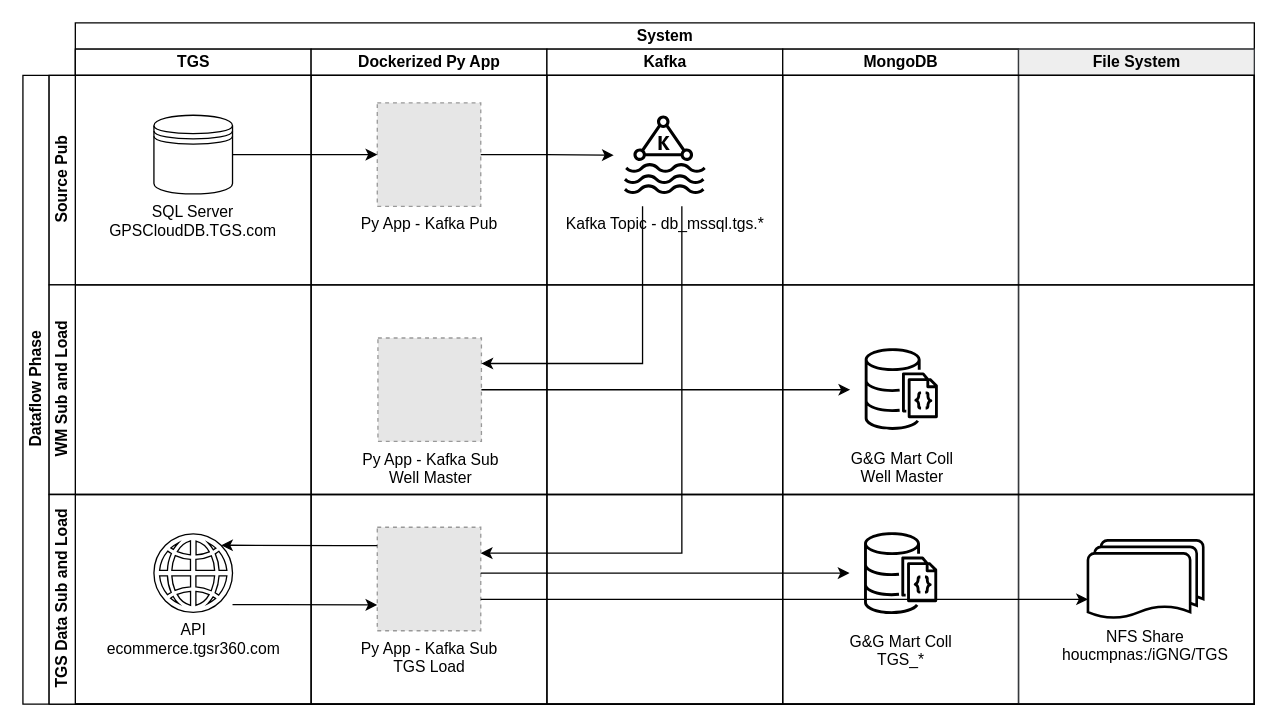
Before: page "Data_Loader-TGS" (3 of 3) of Data General Workflow.drawio in Y-Ge/draw-io, a draw.io diagram. Source tidied: cells renumbered, new cells numbered last; positions are measured from the earlier drawing's top-left corner, leaving out a move shared by most shapes. Both pictures are drawn from the tidied source at 131%, with x=0, y=0 at pixel (22, 22). Pictures stored in the file or linked from it are replaced by grey dashed boxes.
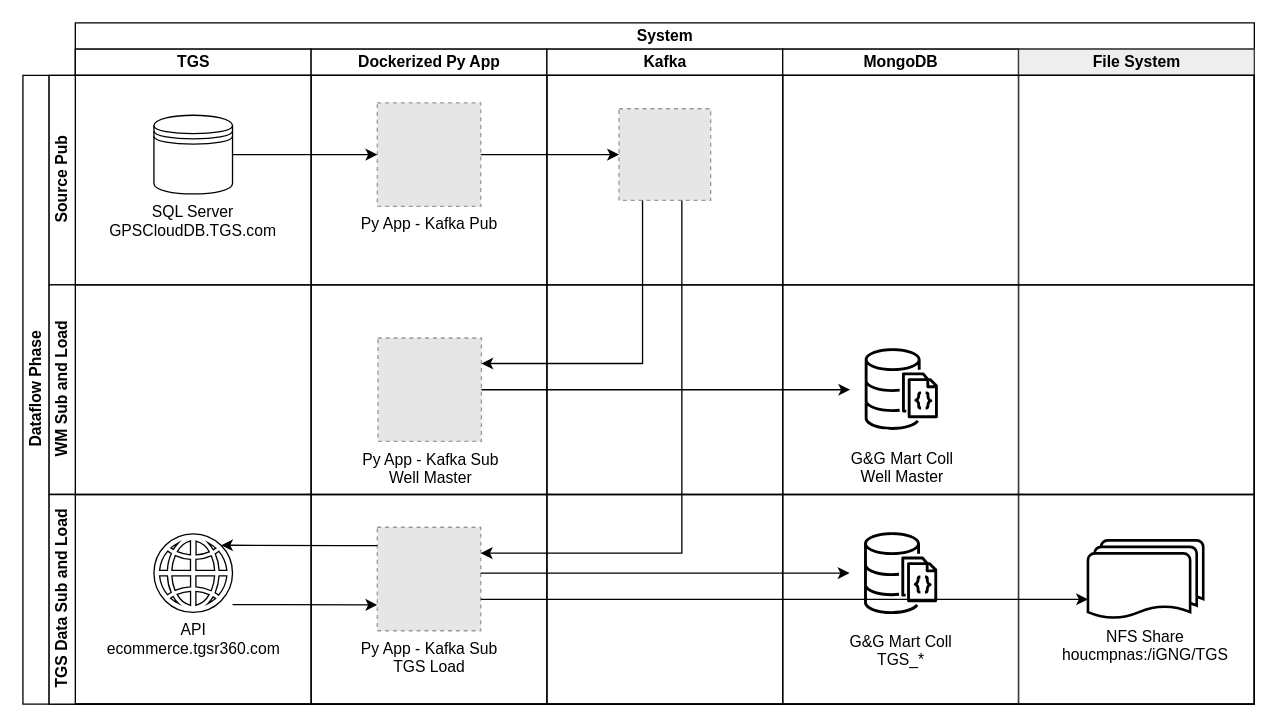
Above is the later version.

Unchanged cells that the change refers to:
```xml
<mxCell id="2" value="System" style="swimlane;html=1;startSize=20;" parent="1" vertex="1">
  <mxGeometry x="40" width="900" height="520" as="geometry" />
</mxCell>
<mxCell id="7" value="Py App - Kafka Pub" style="fillColor=#E6E6E6;strokeColor=#999999;dashed=1;html=1;verticalAlign=top;verticalLabelPosition=bottom;labelBackgroundColor=#ffffff;" parent="6" vertex="1">
  <mxGeometry x="50.5" y="41" width="79" height="79" as="geometry" />
</mxCell>
<mxCell id="8" value="Py App - Kafka Sub&lt;br&gt;Well Master&lt;br&gt;" style="fillColor=#E6E6E6;strokeColor=#999999;dashed=1;html=1;verticalAlign=top;verticalLabelPosition=bottom;labelBackgroundColor=#ffffff;" parent="6" vertex="1">
  <mxGeometry x="51" y="220.5" width="79" height="79" as="geometry" />
</mxCell>
<mxCell id="9" value="Py App - Kafka Sub&lt;br&gt;TGS Load&lt;br&gt;" style="fillColor=#E6E6E6;strokeColor=#999999;dashed=1;html=1;verticalAlign=top;verticalLabelPosition=bottom;labelBackgroundColor=#ffffff;" parent="6" vertex="1">
  <mxGeometry x="50.5" y="365" width="79" height="79" as="geometry" />
</mxCell>
<mxCell id="10" value="Kafka" style="swimlane;html=1;startSize=20;" parent="2" vertex="1">
  <mxGeometry x="360" y="20" width="180" height="500" as="geometry" />
</mxCell>
```

Change to the diagram source:
```diff
@@
-    <mxCell id="11" value="Kafka Topic - db_mssql.tgs.*" style="outlineConnect=0;gradientDirection=north;dashed=0;verticalLabelPosition=bottom;verticalAlign=top;align=center;html=1;fontSize=12;fontStyle=0;shape=mxgraph.aws4.resourceIcon;resIcon=mxgraph.aws4.managed_streaming_for_kafka;" parent="10" vertex="1">
-      <mxGeometry x="51" y="42" width="78" height="78" as="geometry" />
-    </mxCell>
+    <mxCell id="30" style="fillColor=#E6E6E6;strokeColor=#999999;dashed=1;verticalLabelPosition=bottom;labelBackgroundColor=#ffffff;verticalAlign=top;" parent="10" vertex="1">
+      <mxGeometry x="55" y="45.5" width="70" height="70" as="geometry" />
+    </mxCell>
@@
-    <mxCell id="18" style="edgeStyle=orthogonalEdgeStyle;rounded=0;jettySize=auto;html=1;" parent="2" edge="1" source="7" target="11">
+    <mxCell id="18" style="edgeStyle=orthogonalEdgeStyle;rounded=0;jettySize=auto;html=1;" parent="2" edge="1" source="7" target="30">
       <mxGeometry relative="1" as="geometry" />
     </mxCell>
-    <mxCell id="19" style="edgeStyle=orthogonalEdgeStyle;rounded=0;jettySize=auto;html=1;" parent="2" edge="1" source="11" target="8">
+    <mxCell id="19" style="edgeStyle=orthogonalEdgeStyle;rounded=0;jettySize=auto;html=1;" parent="2" edge="1" source="30" target="8">
       <mxGeometry relative="1" as="geometry">
         <Array as="points">
           <mxPoint x="433" y="260" />
         </Array>
       </mxGeometry>
     </mxCell>
@@
-    <mxCell id="21" style="edgeStyle=orthogonalEdgeStyle;rounded=0;jettySize=auto;html=1;entryX=1;entryY=0.25;entryDx=0;entryDy=0;" parent="2" edge="1" source="11" target="9">
+    <mxCell id="21" style="edgeStyle=orthogonalEdgeStyle;rounded=0;jettySize=auto;html=1;entryX=1;entryY=0.25;entryDx=0;entryDy=0;" parent="2" edge="1" source="30" target="9">
       <mxGeometry relative="1" as="geometry">
         <Array as="points">
           <mxPoint x="463" y="405" />
         </Array>
       </mxGeometry>
     </mxCell>
```
